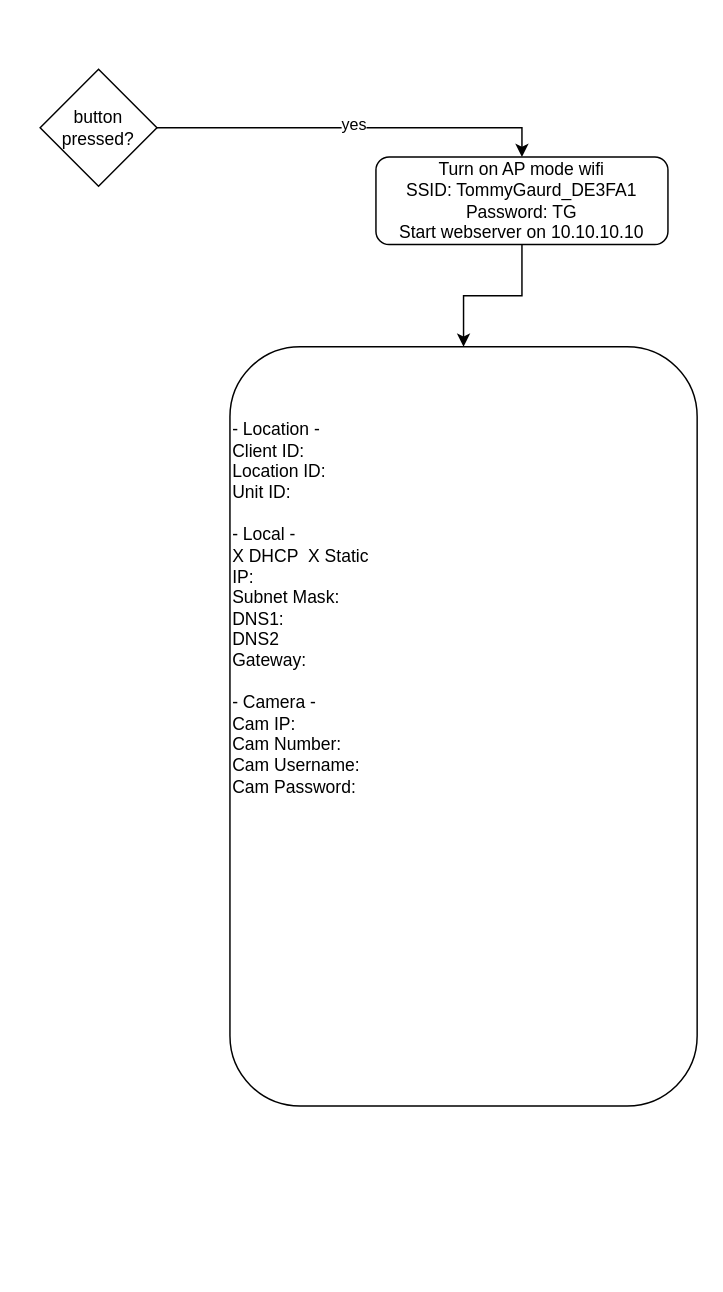
Before: page "Page-1" (1 of 3) of Tommy Unit Code Flow.drawio in fkhatib1977/esp32, a draw.io diagram. Source tidied: cells renumbered, new cells numbered last; positions are measured from the earlier drawing's top-left corner, leaving out a move shared by most shapes. Both pictures are drawn from the tidied source at 146%, with x=0, y=0 at pixel (39, 69).
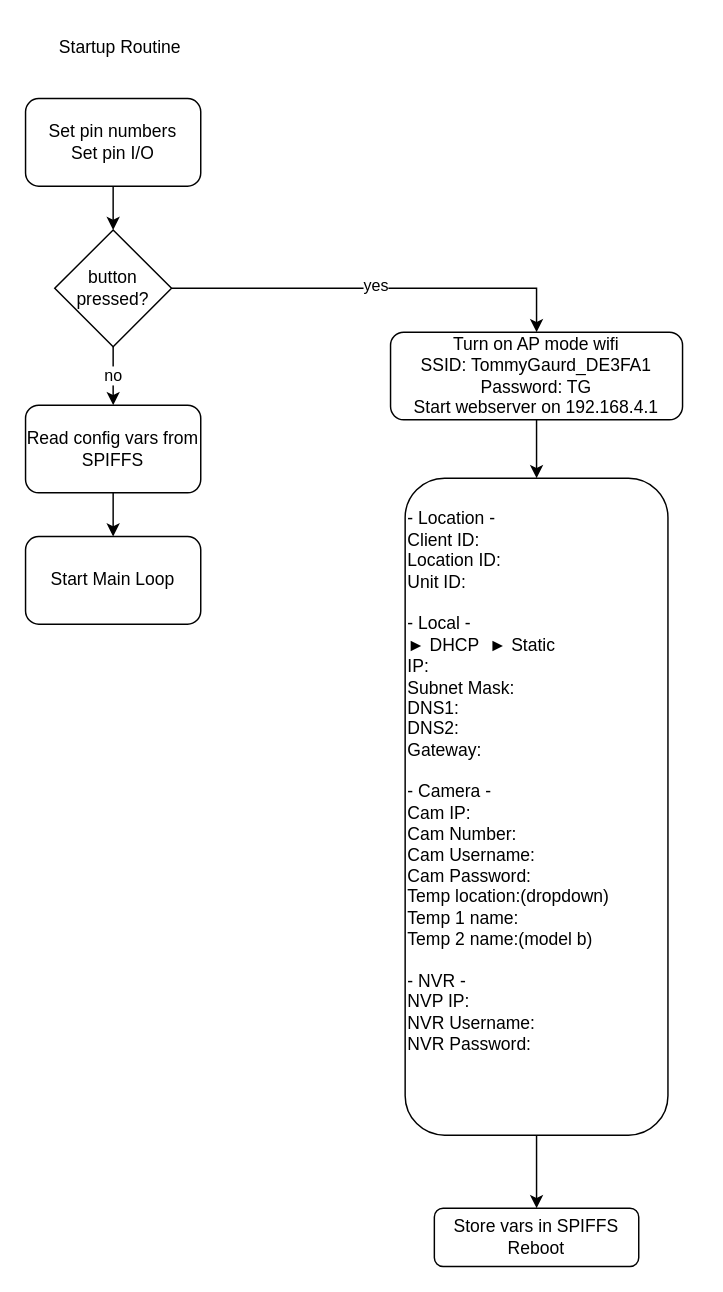
The same page after the edit.

Change to the diagram source:
```diff
@@
 <mxGraphModel>
   <root>
     <mxCell id="0" />
     <mxCell id="1" parent="0" />
+    <mxCell id="8" style="edgeStyle=orthogonalEdgeStyle;rounded=0;jettySize=auto;html=1;exitX=0.5;exitY=1;exitDx=0;exitDy=0;entryX=0.5;entryY=0;entryDx=0;entryDy=0;" parent="1" edge="1" source="2" target="15">
+      <mxGeometry relative="1" as="geometry" />
+    </mxCell>
-    <mxCell id="2" value="&lt;div&gt;&lt;br&gt;&lt;/div&gt;&lt;div&gt;&lt;br&gt;&lt;/div&gt;&lt;div&gt;&lt;br&gt;&lt;/div&gt;&lt;div&gt;- Location -&lt;/div&gt;&lt;div&gt;Client ID:&lt;/div&gt;&lt;div&gt;Location ID:&lt;/div&gt;&lt;div&gt;Unit ID:&lt;/div&gt;&lt;div&gt;&lt;br&gt;&lt;/div&gt;&lt;div&gt;- Local -&lt;/div&gt;&lt;div&gt;X DHCP&amp;nbsp; X Static&lt;/div&gt;&lt;div&gt;IP:&lt;/div&gt;&lt;div&gt;Subnet Mask:&lt;/div&gt;&lt;div&gt;DNS1:&lt;/div&gt;&lt;div&gt;DNS2&lt;/div&gt;&lt;div&gt;Gateway:&lt;/div&gt;&lt;div&gt;&lt;br&gt;&lt;/div&gt;&lt;div&gt;- Camera -&lt;/div&gt;&lt;div&gt;&lt;span style=&quot;background-color: transparent; color: light-dark(rgb(0, 0, 0), rgb(255, 255, 255));&quot;&gt;Cam IP:&lt;/span&gt;&lt;/div&gt;&lt;div&gt;Cam Number:&lt;/div&gt;&lt;div&gt;Cam Username:&lt;/div&gt;&lt;div&gt;Cam Password:&lt;/div&gt;&lt;div&gt;&lt;br&gt;&lt;/div&gt;&lt;div&gt;&lt;br&gt;&lt;/div&gt;&lt;div&gt;&lt;br&gt;&lt;/div&gt;&lt;div&gt;&lt;br&gt;&lt;/div&gt;" style="rounded=1;whiteSpace=wrap;html=1;verticalAlign=top;align=left;" parent="1" vertex="1">
-      <mxGeometry x="130" y="190" width="320" height="520" as="geometry" />
+    <mxCell id="2" value="&lt;div&gt;&lt;br&gt;&lt;/div&gt;&lt;div&gt;&lt;span style=&quot;background-color: transparent; color: light-dark(rgb(0, 0, 0), rgb(255, 255, 255));&quot;&gt;- Location -&lt;/span&gt;&lt;/div&gt;&lt;div&gt;Client ID:&lt;/div&gt;&lt;div&gt;Location ID:&lt;/div&gt;&lt;div&gt;Unit ID:&lt;/div&gt;&lt;div&gt;&lt;br&gt;&lt;/div&gt;&lt;div&gt;- Local -&lt;/div&gt;&lt;div&gt;► DHCP&amp;nbsp; ► Static&lt;/div&gt;&lt;div&gt;IP:&lt;/div&gt;&lt;div&gt;Subnet Mask:&lt;/div&gt;&lt;div&gt;DNS1:&lt;/div&gt;&lt;div&gt;DNS2:&lt;/div&gt;&lt;div&gt;Gateway:&lt;/div&gt;&lt;div&gt;&lt;br&gt;&lt;/div&gt;&lt;div&gt;- Camera -&lt;/div&gt;&lt;div&gt;&lt;span style=&quot;background-color: transparent; color: light-dark(rgb(0, 0, 0), rgb(255, 255, 255));&quot;&gt;Cam IP:&lt;/span&gt;&lt;/div&gt;&lt;div&gt;Cam Number:&lt;/div&gt;&lt;div&gt;Cam Username:&lt;/div&gt;&lt;div&gt;Cam Password:&lt;/div&gt;&lt;div&gt;Temp location:(dropdown)&lt;/div&gt;&lt;div&gt;Temp 1 name:&lt;/div&gt;&lt;div&gt;Temp 2 name:(model b)&lt;/div&gt;&lt;div&gt;&lt;br&gt;&lt;/div&gt;&lt;div&gt;- NVR -&lt;/div&gt;&lt;div&gt;NVP IP:&lt;/div&gt;&lt;div&gt;&lt;div&gt;NVR Username:&lt;/div&gt;&lt;div&gt;NVR Password:&lt;/div&gt;&lt;/div&gt;&lt;div&gt;&lt;br&gt;&lt;/div&gt;" style="rounded=1;whiteSpace=wrap;html=1;verticalAlign=top;align=left;" parent="1" vertex="1">
+      <mxGeometry x="250" y="280" width="180" height="450" as="geometry" />
     </mxCell>
+    <mxCell id="9" value="no" style="edgeStyle=orthogonalEdgeStyle;rounded=0;jettySize=auto;html=1;exitX=0.5;exitY=1;exitDx=0;exitDy=0;" parent="1" edge="1" source="3" target="14">
+      <mxGeometry relative="1" as="geometry" />
+    </mxCell>
     <mxCell id="3" value="button pressed?" style="rhombus;whiteSpace=wrap;html=1;" parent="1" vertex="1">
-      <mxGeometry width="80" height="80" as="geometry" />
+      <mxGeometry x="10" y="110" width="80" height="80" as="geometry" />
     </mxCell>
     <mxCell id="4" style="edgeStyle=orthogonalEdgeStyle;rounded=0;jettySize=auto;html=1;exitX=1;exitY=0.5;exitDx=0;exitDy=0;entryX=0.5;entryY=0;entryDx=0;entryDy=0;" parent="1" edge="1" source="3" target="7">
       <mxGeometry relative="1" as="geometry" />
     </mxCell>
     <mxCell id="5" value="yes" style="edgeLabel;html=1;align=center;verticalAlign=middle;" parent="4" vertex="1">
       <mxGeometry x="-0.01" y="3" relative="1" as="geometry" />
     </mxCell>
     <mxCell id="6" style="edgeStyle=orthogonalEdgeStyle;rounded=0;jettySize=auto;html=1;exitX=0.5;exitY=1;exitDx=0;exitDy=0;" parent="1" edge="1" source="7" target="2">
       <mxGeometry relative="1" as="geometry" />
     </mxCell>
-    <mxCell id="7" value="Turn on AP mode wifi&lt;div&gt;SSID: TommyGaurd_DE3FA1&lt;/div&gt;&lt;div&gt;Password: TG&lt;/div&gt;&lt;div&gt;Start webserver on 10.10.10.10&lt;/div&gt;" style="rounded=1;whiteSpace=wrap;html=1;" parent="1" vertex="1">
-      <mxGeometry x="230" y="60" width="200" height="60" as="geometry" />
+    <mxCell id="7" value="Turn on AP mode wifi&lt;div&gt;SSID: TommyGaurd_DE3FA1&lt;/div&gt;&lt;div&gt;Password: TG&lt;/div&gt;&lt;div&gt;Start webserver on 192.168.4.1&lt;/div&gt;" style="rounded=1;whiteSpace=wrap;html=1;" parent="1" vertex="1">
+      <mxGeometry x="240" y="180" width="200" height="60" as="geometry" />
     </mxCell>
+    <mxCell id="10" value="Startup Routine" style="text;html=1;align=center;verticalAlign=middle;whiteSpace=wrap;rounded=0;" parent="1" vertex="1">
+      <mxGeometry x="10" y="-30" width="90" height="30" as="geometry" />
+    </mxCell>
+    <mxCell id="11" style="edgeStyle=orthogonalEdgeStyle;rounded=0;jettySize=auto;html=1;exitX=0.5;exitY=1;exitDx=0;exitDy=0;entryX=0.5;entryY=0;entryDx=0;entryDy=0;" parent="1" edge="1" source="12" target="3">
+      <mxGeometry relative="1" as="geometry" />
+    </mxCell>
+    <mxCell id="12" value="&lt;div&gt;Set pin numbers&lt;/div&gt;Set pin I/O" style="rounded=1;whiteSpace=wrap;html=1;" parent="1" vertex="1">
+      <mxGeometry x="-10" y="20" width="120" height="60" as="geometry" />
+    </mxCell>
+    <mxCell id="13" style="edgeStyle=orthogonalEdgeStyle;rounded=0;jettySize=auto;html=1;exitX=0.5;exitY=1;exitDx=0;exitDy=0;entryX=0.5;entryY=0;entryDx=0;entryDy=0;" parent="1" edge="1" source="14" target="16">
+      <mxGeometry relative="1" as="geometry" />
+    </mxCell>
+    <mxCell id="14" value="Read config vars from SPIFFS" style="rounded=1;whiteSpace=wrap;html=1;" parent="1" vertex="1">
+      <mxGeometry x="-10" y="230" width="120" height="60" as="geometry" />
+    </mxCell>
+    <mxCell id="15" value="Store vars in SPIFFS&lt;div&gt;Reboot&lt;/div&gt;" style="rounded=1;whiteSpace=wrap;html=1;" parent="1" vertex="1">
+      <mxGeometry x="270" y="780" width="140" height="40" as="geometry" />
+    </mxCell>
+    <mxCell id="16" value="Start Main Loop" style="rounded=1;whiteSpace=wrap;html=1;" parent="1" vertex="1">
+      <mxGeometry x="-10" y="320" width="120" height="60" as="geometry" />
+    </mxCell>
   </root>
 </mxGraphModel>
```
